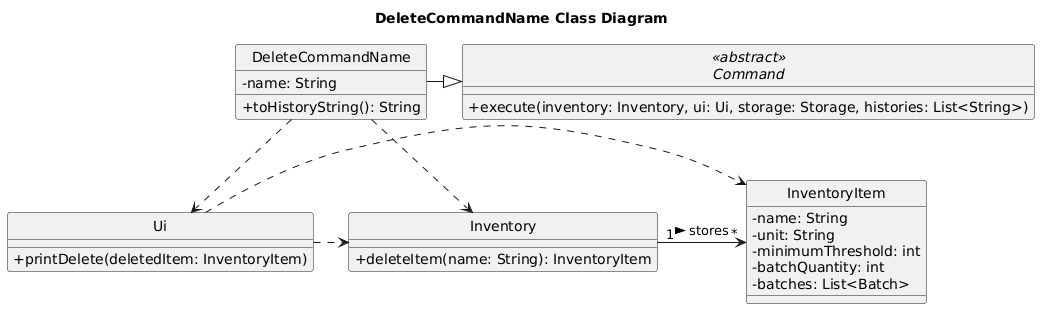
The PlantUML diagram docs/diagrams/DeleteCommandName_ClassDiagram.png in Yonish18/tp, before a commit.
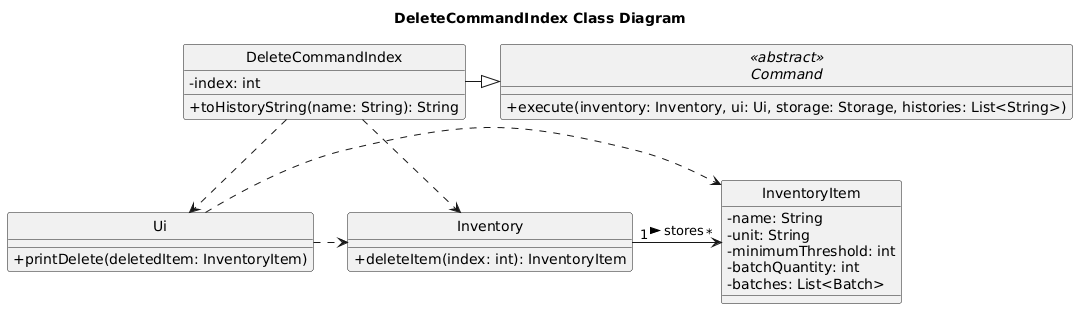
After the commit.

The edit, as a diff of the source:
```diff
@@ -2,19 +2,19 @@
 skinparam classAttributeIconSize 0
 hide circle
 
-title DeleteCommandName Class Diagram
+title DeleteCommandIndex Class Diagram
 
 abstract class "<<abstract>>\nCommand" as Command {
     + execute(inventory: Inventory, ui: Ui, storage: Storage, histories: List<String>)
 }
 
-class DeleteCommandName {
-    - name: String
-    + toHistoryString(): String
+class DeleteCommandIndex {
+    - index: int
+    + toHistoryString(name: String): String
 }
 
 class Inventory {
-    + deleteItem(name: String): InventoryItem
+    + deleteItem(index: int): InventoryItem
 }
 
 class InventoryItem {
@@ -29,10 +29,10 @@
     + printDelete(deletedItem: InventoryItem)
 }
 
-DeleteCommandName -|> Command
+DeleteCommandIndex -|> Command
 
-DeleteCommandName ..> Inventory
-DeleteCommandName ..> Ui
+DeleteCommandIndex ..> Inventory
+DeleteCommandIndex ..> Ui
 
 Ui .> Inventory
 Ui .> InventoryItem
```
